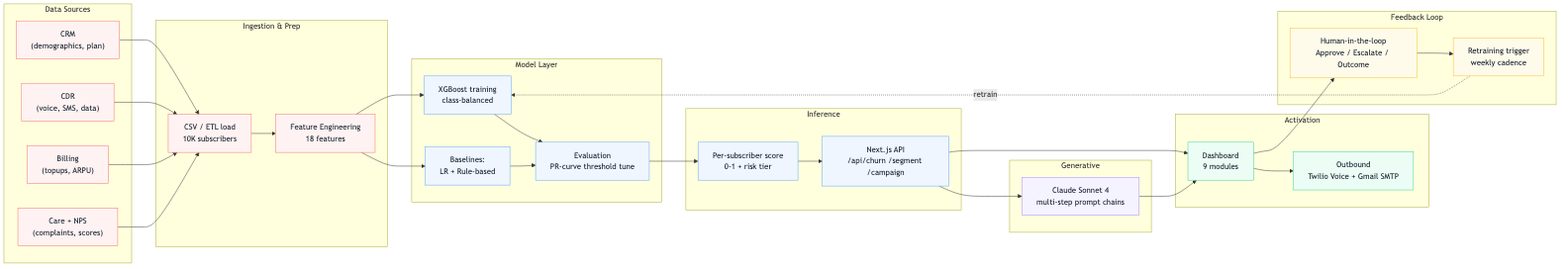
Earlier version of the Mermaid export docs/diagrams/ai_factory.png (mn3265-commits/telcopulse-ai). Its source is kept beside it as docs/diagrams/ai_factory.mmd.
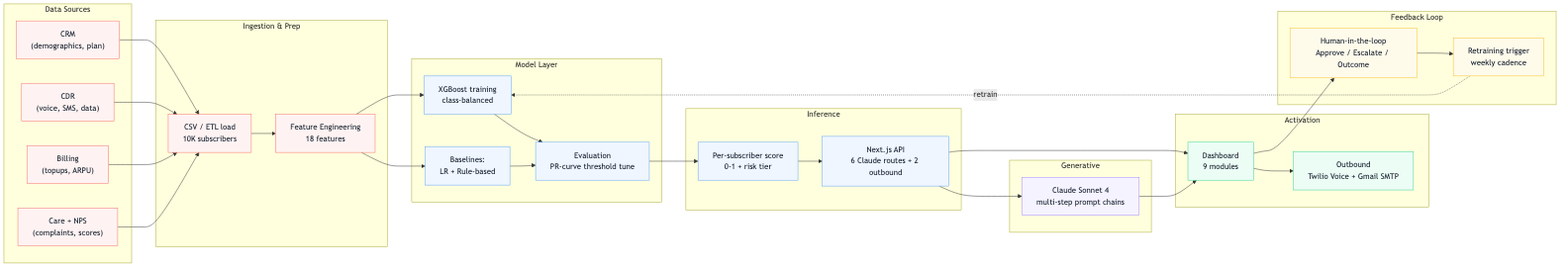
The same file after the commit.

Change to the diagram source:
```diff
@@ -19,7 +19,7 @@
 
     subgraph S4["Inference"]
         SC["Per-subscriber score<br/>0-1 + risk tier"]
-        API["Next.js API<br/>/api/churn /segment /campaign"]
+        API["Next.js API<br/>6 Claude routes + 2 outbound"]
     end
 
     subgraph S5["Generative"]
```
